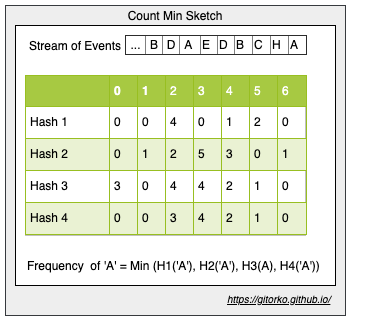
Above: post/grokking-the-system-design-interview/count-min-sketch.png in gitorko/gitorko.github.io (draw.io), before the change. Source tidied: cells renumbered, new cells last; positions are measured from the earlier drawing's top-left corner, leaving out a move shared by most shapes.
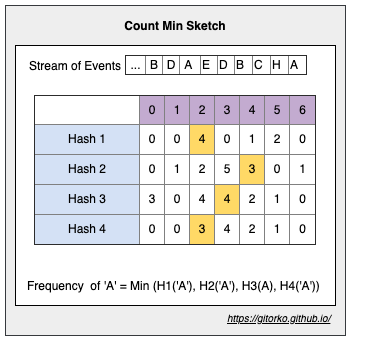
Above is the later version.

Diff of the diagram source:
```diff
@@ -3,14 +3,11 @@
     <mxCell id="0" />
     <mxCell id="1" parent="0" />
     <mxCell id="2" style="rounded=0;whiteSpace=wrap;html=1;fillColor=#eeeeee;strokeColor=#36393d;" parent="1" vertex="1">
-      <mxGeometry width="340" height="310" as="geometry" />
+      <mxGeometry y="-20" width="340" height="330" as="geometry" />
     </mxCell>
     <mxCell id="3" style="rounded=0;whiteSpace=wrap;html=1;" parent="1" vertex="1">
       <mxGeometry x="10" y="20" width="320" height="260" as="geometry" />
     </mxCell>
-    <mxCell id="4" value="&lt;table border=&quot;1&quot; width=&quot;100%&quot; cellpadding=&quot;4&quot; style=&quot;width: 100% ; height: 100% ; border-collapse: collapse&quot;&gt;&lt;tbody&gt;&lt;tr style=&quot;background-color: #a7c942 ; color: #ffffff ; border: 1px solid #98bf21&quot;&gt;&lt;th align=&quot;left&quot;&gt;&lt;br&gt;&lt;/th&gt;&lt;th align=&quot;left&quot;&gt;0&lt;/th&gt;&lt;th align=&quot;left&quot;&gt;1&lt;/th&gt;&lt;td&gt;2&lt;/td&gt;&lt;td&gt;3&lt;/td&gt;&lt;td&gt;4&lt;/td&gt;&lt;td&gt;5&lt;/td&gt;&lt;td&gt;6&lt;/td&gt;&lt;/tr&gt;&lt;tr style=&quot;border: 1px solid #98bf21&quot;&gt;&lt;td&gt;Hash 1&lt;/td&gt;&lt;td&gt;0&lt;/td&gt;&lt;td&gt;0&lt;/td&gt;&lt;td&gt;4&lt;/td&gt;&lt;td&gt;0&lt;/td&gt;&lt;td&gt;1&lt;/td&gt;&lt;td&gt;2&lt;/td&gt;&lt;td&gt;0&lt;/td&gt;&lt;/tr&gt;&lt;tr style=&quot;background-color: #eaf2d3 ; border: 1px solid #98bf21&quot;&gt;&lt;td&gt;Hash 2&lt;/td&gt;&lt;td&gt;0&lt;/td&gt;&lt;td&gt;1&lt;/td&gt;&lt;td&gt;2&lt;/td&gt;&lt;td&gt;5&lt;/td&gt;&lt;td&gt;3&lt;/td&gt;&lt;td&gt;0&lt;/td&gt;&lt;td&gt;1&lt;/td&gt;&lt;/tr&gt;&lt;tr style=&quot;border: 1px solid #98bf21&quot;&gt;&lt;td&gt;Hash 3&lt;/td&gt;&lt;td&gt;3&lt;/td&gt;&lt;td&gt;0&lt;/td&gt;&lt;td&gt;4&lt;/td&gt;&lt;td&gt;4&lt;/td&gt;&lt;td&gt;2&lt;/td&gt;&lt;td&gt;1&lt;/td&gt;&lt;td&gt;0&lt;/td&gt;&lt;/tr&gt;&lt;tr style=&quot;background-color: #eaf2d3 ; border: 1px solid #98bf21&quot;&gt;&lt;td&gt;Hash 4&lt;/td&gt;&lt;td&gt;0&lt;/td&gt;&lt;td&gt;0&lt;/td&gt;&lt;td&gt;3&lt;/td&gt;&lt;td&gt;4&lt;/td&gt;&lt;td&gt;2&lt;/td&gt;&lt;td&gt;1&lt;/td&gt;&lt;td&gt;0&lt;/td&gt;&lt;/tr&gt;&lt;/tbody&gt;&lt;/table&gt;" style="text;html=1;strokeColor=#c0c0c0;fillColor=#ffffff;overflow=fill;rounded=0;" parent="1" vertex="1">
-      <mxGeometry x="20" y="70" width="280" height="160" as="geometry" />
-    </mxCell>
     <mxCell id="5" value="&lt;table border=&quot;1&quot; width=&quot;100%&quot; style=&quot;width: 100% ; height: 100% ; border-collapse: collapse&quot;&gt;&lt;tbody&gt;&lt;tr&gt;&lt;td align=&quot;center&quot;&gt;...&lt;/td&gt;&lt;td align=&quot;center&quot;&gt;B&lt;/td&gt;&lt;td align=&quot;center&quot;&gt;D&lt;/td&gt;&lt;td&gt;&amp;nbsp;A&lt;/td&gt;&lt;td&gt;E&lt;/td&gt;&lt;td&gt;D&lt;/td&gt;&lt;td&gt;B&lt;/td&gt;&lt;td&gt;C&lt;/td&gt;&lt;td&gt;H&lt;/td&gt;&lt;td&gt;A&lt;/td&gt;&lt;/tr&gt;&lt;/tbody&gt;&lt;/table&gt;" style="text;html=1;strokeColor=none;fillColor=none;overflow=fill;" parent="1" vertex="1">
       <mxGeometry x="120" y="30" width="180" height="20" as="geometry" />
     </mxCell>
@@ -20,11 +17,14 @@
     <mxCell id="7" value="Stream of Events" style="text;html=1;strokeColor=none;fillColor=none;align=center;verticalAlign=middle;whiteSpace=wrap;rounded=0;" parent="1" vertex="1">
       <mxGeometry x="20" y="30" width="100" height="20" as="geometry" />
     </mxCell>
-    <mxCell id="8" value="Count Min Sketch" style="text;html=1;strokeColor=none;fillColor=none;align=center;verticalAlign=middle;whiteSpace=wrap;rounded=0;" parent="1" vertex="1">
-      <mxGeometry x="120" width="100" height="20" as="geometry" />
+    <mxCell id="8" value="Count Min Sketch" style="text;html=1;strokeColor=none;fillColor=none;align=center;verticalAlign=middle;whiteSpace=wrap;rounded=0;fontStyle=1;" parent="1" vertex="1">
+      <mxGeometry x="90" y="-10" width="160" height="20" as="geometry" />
     </mxCell>
-    <mxCell id="9" value="&lt;font style=&quot;font-size: 10px&quot;&gt;&lt;i&gt;&lt;u&gt;https://gitorko.github.io/&lt;/u&gt;&lt;/i&gt;&lt;/font&gt;" style="text;html=1;" parent="1" vertex="1">
+    <mxCell id="9" value="&lt;font style=&quot;font-size: 10px&quot;&gt;&lt;span style=&quot;font-size: 10px;&quot;&gt;&lt;u style=&quot;font-size: 10px;&quot;&gt;https://gitorko.github.io/&lt;/u&gt;&lt;/span&gt;&lt;/font&gt;" style="text;html=1;fontSize=10;fontStyle=2;" parent="1" vertex="1">
       <mxGeometry x="220" y="280" width="110" height="30" as="geometry" />
     </mxCell>
+    <mxCell id="4" value="&lt;table border=&quot;1&quot; width=&quot;100%&quot; style=&quot;width: 100% ; height: 100% ; border-collapse: collapse&quot;&gt;&lt;tbody&gt;&lt;tr&gt;&lt;td&gt;&lt;br&gt;&lt;/td&gt;&lt;td style=&quot;background-color: rgb(195 , 171 , 208)&quot;&gt;0&lt;/td&gt;&lt;td style=&quot;background-color: rgb(195 , 171 , 208)&quot;&gt;1&lt;/td&gt;&lt;td style=&quot;background-color: rgb(195 , 171 , 208)&quot;&gt;2&lt;/td&gt;&lt;td style=&quot;background-color: rgb(195 , 171 , 208)&quot;&gt;3&lt;/td&gt;&lt;td style=&quot;background-color: rgb(195 , 171 , 208)&quot;&gt;4&lt;/td&gt;&lt;td style=&quot;background-color: rgb(195 , 171 , 208)&quot;&gt;5&lt;/td&gt;&lt;td style=&quot;background-color: rgb(195 , 171 , 208)&quot;&gt;6&lt;/td&gt;&lt;/tr&gt;&lt;tr&gt;&lt;td style=&quot;background-color: rgb(212 , 225 , 245)&quot;&gt;Hash 1&lt;/td&gt;&lt;td&gt;0&lt;/td&gt;&lt;td&gt;0&lt;/td&gt;&lt;td style=&quot;background-color: rgb(255 , 217 , 102)&quot;&gt;4&lt;/td&gt;&lt;td&gt;0&lt;/td&gt;&lt;td&gt;1&lt;/td&gt;&lt;td&gt;2&lt;/td&gt;&lt;td&gt;0&lt;/td&gt;&lt;/tr&gt;&lt;tr&gt;&lt;td style=&quot;background-color: rgb(212 , 225 , 245)&quot;&gt;Hash 2&lt;/td&gt;&lt;td&gt;0&lt;/td&gt;&lt;td&gt;1&lt;/td&gt;&lt;td&gt;2&lt;/td&gt;&lt;td&gt;5&lt;/td&gt;&lt;td style=&quot;background-color: rgb(255 , 217 , 102)&quot;&gt;3&lt;/td&gt;&lt;td&gt;0&lt;/td&gt;&lt;td&gt;1&lt;/td&gt;&lt;/tr&gt;&lt;tr&gt;&lt;td style=&quot;background-color: rgb(212 , 225 , 245)&quot;&gt;Hash 3&lt;/td&gt;&lt;td&gt;3&lt;/td&gt;&lt;td&gt;0&lt;/td&gt;&lt;td&gt;4&lt;/td&gt;&lt;td style=&quot;background-color: rgb(255 , 217 , 102)&quot;&gt;4&lt;/td&gt;&lt;td&gt;2&lt;/td&gt;&lt;td&gt;1&lt;/td&gt;&lt;td&gt;0&lt;/td&gt;&lt;/tr&gt;&lt;tr&gt;&lt;td style=&quot;background-color: rgb(212 , 225 , 245)&quot;&gt;Hash 4&lt;/td&gt;&lt;td&gt;0&lt;/td&gt;&lt;td&gt;0&lt;/td&gt;&lt;td style=&quot;background-color: rgb(255 , 217 , 102)&quot;&gt;3&lt;/td&gt;&lt;td&gt;4&lt;/td&gt;&lt;td&gt;2&lt;/td&gt;&lt;td&gt;1&lt;/td&gt;&lt;td&gt;0&lt;/td&gt;&lt;/tr&gt;&lt;/tbody&gt;&lt;/table&gt;" style="text;html=1;strokeColor=none;fillColor=none;overflow=fill;align=center;" parent="1" vertex="1">
+      <mxGeometry x="30" y="70" width="280" height="150" as="geometry" />
+    </mxCell>
   </root>
 </mxGraphModel>
```
